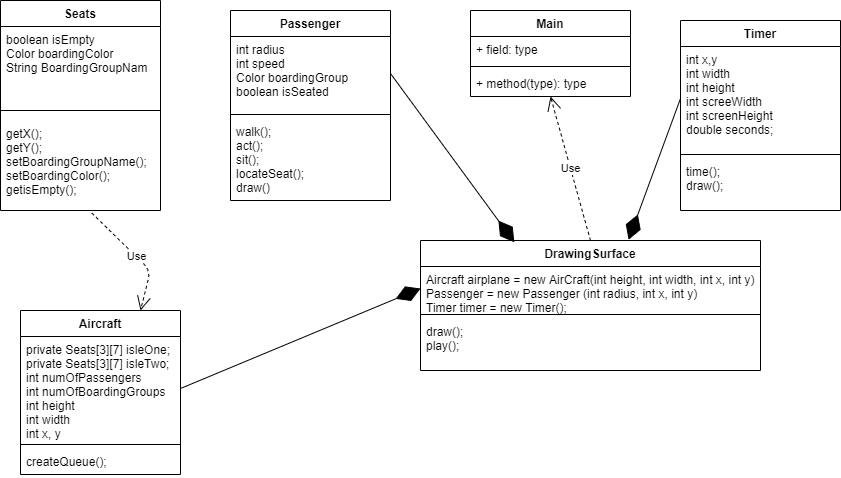
The draw.io diagram Passenger Plane boarding simulation.png in HHSAPCompSci2020/capstone-project-16th-airplane-boarding-group, before a commit. Source tidied: cells renumbered, new cells last; positions are measured from the earlier drawing's top-left corner, leaving out a move shared by most shapes. Source of this version:
```xml
<mxGraphModel>
  <root>
    <mxCell id="0" />
    <mxCell id="1" parent="0" />
    <mxCell id="2" value="Seats" style="swimlane;fontStyle=1;align=center;verticalAlign=top;horizontal=1;startSize=26;" parent="1" vertex="1">
      <mxGeometry width="160" height="210" as="geometry" />
    </mxCell>
    <mxCell id="3" value="boolean isEmpty&#10;Color boardingColor&#10;String BoardingGroupNam&#10;" style="text;strokeColor=none;fillColor=none;align=left;verticalAlign=top;spacingLeft=4;spacingRight=4;overflow=hidden;" parent="2" vertex="1">
      <mxGeometry y="26" width="160" height="74" as="geometry" />
    </mxCell>
    <mxCell id="4" style="line;strokeWidth=1;fillColor=none;align=left;verticalAlign=middle;spacingTop=-1;spacingLeft=3;spacingRight=3;labelPosition=right;" parent="2" vertex="1">
      <mxGeometry y="100" width="160" height="20" as="geometry" />
    </mxCell>
    <mxCell id="5" value="getX();&#10;getY();&#10;setBoardingGroupName();&#10;setBoardingColor();&#10;getisEmpty();" style="text;strokeColor=none;fillColor=none;align=left;verticalAlign=top;spacingLeft=4;spacingRight=4;overflow=hidden;points=[[0,0.5],[1,0.5]];portConstraint=eastwest;" parent="2" vertex="1">
      <mxGeometry y="120" width="160" height="90" as="geometry" />
    </mxCell>
    <mxCell id="6" value="Main" style="swimlane;fontStyle=1;align=center;verticalAlign=top;horizontal=1;startSize=26;" parent="1" vertex="1">
      <mxGeometry x="470" y="10" width="160" height="86" as="geometry" />
    </mxCell>
    <mxCell id="7" value="+ field: type" style="text;strokeColor=none;fillColor=none;align=left;verticalAlign=top;spacingLeft=4;spacingRight=4;overflow=hidden;" parent="6" vertex="1">
      <mxGeometry y="26" width="160" height="26" as="geometry" />
    </mxCell>
    <mxCell id="8" style="line;strokeWidth=1;fillColor=none;align=left;verticalAlign=middle;spacingTop=-1;spacingLeft=3;spacingRight=3;labelPosition=right;" parent="6" vertex="1">
      <mxGeometry y="52" width="160" height="8" as="geometry" />
    </mxCell>
    <mxCell id="9" value="+ method(type): type" style="text;strokeColor=none;fillColor=none;align=left;verticalAlign=top;spacingLeft=4;spacingRight=4;overflow=hidden;" parent="6" vertex="1">
      <mxGeometry y="60" width="160" height="26" as="geometry" />
    </mxCell>
    <mxCell id="10" value="DrawingSurface" style="swimlane;fontStyle=1;align=center;verticalAlign=top;horizontal=1;startSize=26;" parent="1" vertex="1">
      <mxGeometry x="420" y="240" width="340" height="130" as="geometry" />
    </mxCell>
    <mxCell id="11" value="Aircraft airplane = new AirCraft(int height, int width, int x, int y)&#10;Passenger = new Passenger (int radius, int x, int y)&#10;Timer timer = new Timer();" style="text;strokeColor=none;fillColor=none;align=left;verticalAlign=top;spacingLeft=4;spacingRight=4;overflow=hidden;points=[[0,0.5],[1,0.5]];portConstraint=eastwest;" parent="10" vertex="1">
      <mxGeometry y="26" width="340" height="44" as="geometry" />
    </mxCell>
    <mxCell id="12" style="line;strokeWidth=1;fillColor=none;align=left;verticalAlign=middle;spacingTop=-1;spacingLeft=3;spacingRight=3;labelPosition=right;" parent="10" vertex="1">
      <mxGeometry y="70" width="340" height="8" as="geometry" />
    </mxCell>
    <mxCell id="13" value="draw();&#10;play();" style="text;strokeColor=none;fillColor=none;align=left;verticalAlign=top;spacingLeft=4;spacingRight=4;overflow=hidden;points=[[0,0.5],[1,0.5]];portConstraint=eastwest;" parent="10" vertex="1">
      <mxGeometry y="78" width="340" height="52" as="geometry" />
    </mxCell>
    <mxCell id="14" value="Passenger" style="swimlane;fontStyle=1;align=center;verticalAlign=top;horizontal=1;startSize=26;" parent="1" vertex="1">
      <mxGeometry x="230" y="10" width="160" height="190" as="geometry" />
    </mxCell>
    <mxCell id="15" value="int radius&#10;int speed&#10;Color boardingGroup&#10;boolean isSeated&#10;" style="text;strokeColor=none;fillColor=none;align=left;verticalAlign=top;spacingLeft=4;spacingRight=4;overflow=hidden;points=[[0,0.5],[1,0.5]];portConstraint=eastwest;" parent="14" vertex="1">
      <mxGeometry y="26" width="160" height="74" as="geometry" />
    </mxCell>
    <mxCell id="16" style="line;strokeWidth=1;fillColor=none;align=left;verticalAlign=middle;spacingTop=-1;spacingLeft=3;spacingRight=3;labelPosition=right;" parent="14" vertex="1">
      <mxGeometry y="100" width="160" height="8" as="geometry" />
    </mxCell>
    <mxCell id="17" value="walk();&#10;act();&#10;sit();&#10;locateSeat();&#10;draw()" style="text;strokeColor=none;fillColor=none;align=left;verticalAlign=top;spacingLeft=4;spacingRight=4;overflow=hidden;points=[[0,0.5],[1,0.5]];portConstraint=eastwest;" parent="14" vertex="1">
      <mxGeometry y="108" width="160" height="82" as="geometry" />
    </mxCell>
    <mxCell id="18" value="Aircraft" style="swimlane;fontStyle=1;align=center;verticalAlign=top;horizontal=1;startSize=26;" parent="1" vertex="1">
      <mxGeometry x="20" y="310" width="160" height="164" as="geometry" />
    </mxCell>
    <mxCell id="19" value="private Seats[3][7] isleOne;&#10;private Seats[3][7] isleTwo;&#10;int numOfPassengers&#10;int numOfBoardingGroups&#10;int height&#10;int width&#10;int x, y&#10;" style="text;strokeColor=none;fillColor=none;align=left;verticalAlign=top;spacingLeft=4;spacingRight=4;overflow=hidden;points=[[0,0.5],[1,0.5]];portConstraint=eastwest;" parent="18" vertex="1">
      <mxGeometry y="26" width="160" height="104" as="geometry" />
    </mxCell>
    <mxCell id="20" style="line;strokeWidth=1;fillColor=none;align=left;verticalAlign=middle;spacingTop=-1;spacingLeft=3;spacingRight=3;labelPosition=right;" parent="18" vertex="1">
      <mxGeometry y="130" width="160" height="8" as="geometry" />
    </mxCell>
    <mxCell id="21" value="createQueue();" style="text;strokeColor=none;fillColor=none;align=left;verticalAlign=top;spacingLeft=4;spacingRight=4;overflow=hidden;" parent="18" vertex="1">
      <mxGeometry y="138" width="160" height="26" as="geometry" />
    </mxCell>
    <mxCell id="22" style="endArrow=diamondThin;endFill=1;endSize=24;html=1;entryX=0;entryY=0.5;entryDx=0;entryDy=0;exitX=1;exitY=0.5;exitDx=0;exitDy=0;" parent="1" edge="1" source="19" target="11">
      <mxGeometry relative="1" as="geometry" />
    </mxCell>
    <mxCell id="23" value="Use" style="endArrow=open;endSize=12;dashed=1;html=1;exitX=0.5;exitY=0;exitDx=0;exitDy=0;entryX=0.5;entryY=1;entryDx=0;entryDy=0;" parent="1" edge="1" source="10" target="6">
      <mxGeometry relative="1" as="geometry" />
    </mxCell>
    <mxCell id="24" value="Use" style="endArrow=open;endSize=12;dashed=1;html=1;exitX=0.571;exitY=1.029;exitDx=0;exitDy=0;exitPerimeter=0;entryX=0.75;entryY=0;entryDx=0;entryDy=0;" parent="1" edge="1" source="5" target="18">
      <mxGeometry relative="1" as="geometry">
        <Array as="points">
          <mxPoint x="150" y="270" />
        </Array>
      </mxGeometry>
    </mxCell>
    <mxCell id="25" style="endArrow=diamondThin;endFill=1;endSize=24;html=1;exitX=1;exitY=0.5;exitDx=0;exitDy=0;entryX=0.276;entryY=0.014;entryDx=0;entryDy=0;entryPerimeter=0;" parent="1" edge="1" source="15" target="10">
      <mxGeometry relative="1" as="geometry" />
    </mxCell>
    <mxCell id="26" value="Timer" style="swimlane;fontStyle=1;align=center;verticalAlign=top;horizontal=1;startSize=26;" parent="1" vertex="1">
      <mxGeometry x="680" y="20" width="160" height="190" as="geometry" />
    </mxCell>
    <mxCell id="27" value="int x,y&#10;int width&#10;int height&#10;int screeWidth&#10;int screenHeight&#10;double seconds;" style="text;strokeColor=none;fillColor=none;align=left;verticalAlign=top;spacingLeft=4;spacingRight=4;overflow=hidden;points=[[0,0.5],[1,0.5]];portConstraint=eastwest;" parent="26" vertex="1">
      <mxGeometry y="26" width="160" height="104" as="geometry" />
    </mxCell>
    <mxCell id="28" style="line;strokeWidth=1;fillColor=none;align=left;verticalAlign=middle;spacingTop=-1;spacingLeft=3;spacingRight=3;labelPosition=right;" parent="26" vertex="1">
      <mxGeometry y="130" width="160" height="8" as="geometry" />
    </mxCell>
    <mxCell id="29" value="time();&#10;draw();" style="text;strokeColor=none;fillColor=none;align=left;verticalAlign=top;spacingLeft=4;spacingRight=4;overflow=hidden;" parent="26" vertex="1">
      <mxGeometry y="138" width="160" height="52" as="geometry" />
    </mxCell>
    <mxCell id="30" style="endArrow=diamondThin;endFill=1;endSize=24;html=1;exitX=0;exitY=0.5;exitDx=0;exitDy=0;entryX=0.612;entryY=-0.006;entryDx=0;entryDy=0;entryPerimeter=0;" parent="1" edge="1" source="27" target="10">
      <mxGeometry relative="1" as="geometry" />
    </mxCell>
  </root>
</mxGraphModel>
```
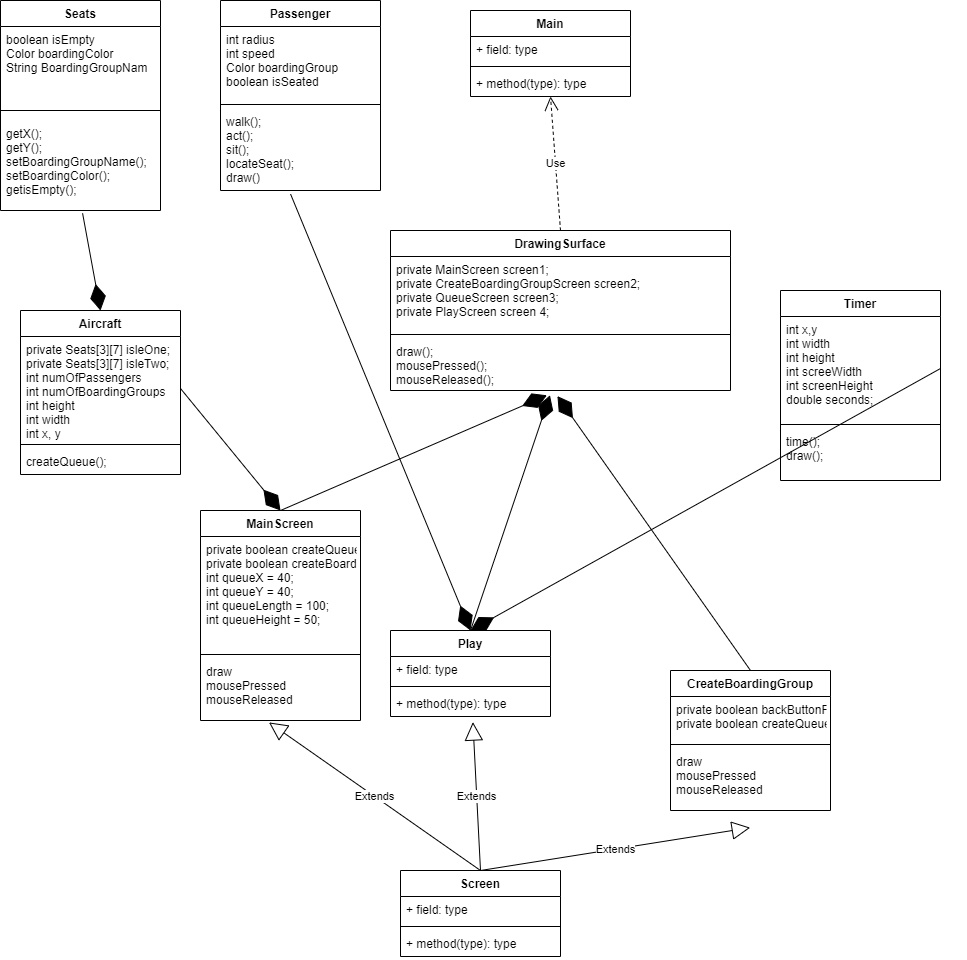
Above is the later version.

What changed in the source:
```diff
@@ -27,19 +27,19 @@
       <mxGeometry y="60" width="160" height="26" as="geometry" />
     </mxCell>
     <mxCell id="10" value="DrawingSurface" style="swimlane;fontStyle=1;align=center;verticalAlign=top;horizontal=1;startSize=26;" parent="1" vertex="1">
-      <mxGeometry x="420" y="240" width="340" height="130" as="geometry" />
+      <mxGeometry x="390" y="230" width="340" height="160" as="geometry" />
     </mxCell>
-    <mxCell id="11" value="Aircraft airplane = new AirCraft(int height, int width, int x, int y)&#10;Passenger = new Passenger (int radius, int x, int y)&#10;Timer timer = new Timer();" style="text;strokeColor=none;fillColor=none;align=left;verticalAlign=top;spacingLeft=4;spacingRight=4;overflow=hidden;points=[[0,0.5],[1,0.5]];portConstraint=eastwest;" parent="10" vertex="1">
-      <mxGeometry y="26" width="340" height="44" as="geometry" />
+    <mxCell id="11" value="private MainScreen screen1;&#10;&#9;private CreateBoardingGroupScreen screen2;&#10;&#9;private QueueScreen screen3;&#10;private PlayScreen screen 4;" style="text;strokeColor=none;fillColor=none;align=left;verticalAlign=top;spacingLeft=4;spacingRight=4;overflow=hidden;points=[[0,0.5],[1,0.5]];portConstraint=eastwest;" parent="10" vertex="1">
+      <mxGeometry y="26" width="340" height="74" as="geometry" />
     </mxCell>
     <mxCell id="12" style="line;strokeWidth=1;fillColor=none;align=left;verticalAlign=middle;spacingTop=-1;spacingLeft=3;spacingRight=3;labelPosition=right;" parent="10" vertex="1">
-      <mxGeometry y="70" width="340" height="8" as="geometry" />
+      <mxGeometry y="100" width="340" height="8" as="geometry" />
     </mxCell>
-    <mxCell id="13" value="draw();&#10;play();" style="text;strokeColor=none;fillColor=none;align=left;verticalAlign=top;spacingLeft=4;spacingRight=4;overflow=hidden;points=[[0,0.5],[1,0.5]];portConstraint=eastwest;" parent="10" vertex="1">
-      <mxGeometry y="78" width="340" height="52" as="geometry" />
+    <mxCell id="13" value="draw();&#10;mousePressed();&#10;mouseReleased();" style="text;strokeColor=none;fillColor=none;align=left;verticalAlign=top;spacingLeft=4;spacingRight=4;overflow=hidden;points=[[0,0.5],[1,0.5]];portConstraint=eastwest;" parent="10" vertex="1">
+      <mxGeometry y="108" width="340" height="52" as="geometry" />
     </mxCell>
     <mxCell id="14" value="Passenger" style="swimlane;fontStyle=1;align=center;verticalAlign=top;horizontal=1;startSize=26;" parent="1" vertex="1">
-      <mxGeometry x="230" y="10" width="160" height="190" as="geometry" />
+      <mxGeometry x="220" width="160" height="190" as="geometry" />
     </mxCell>
     <mxCell id="15" value="int radius&#10;int speed&#10;Color boardingGroup&#10;boolean isSeated&#10;" style="text;strokeColor=none;fillColor=none;align=left;verticalAlign=top;spacingLeft=4;spacingRight=4;overflow=hidden;points=[[0,0.5],[1,0.5]];portConstraint=eastwest;" parent="14" vertex="1">
       <mxGeometry y="26" width="160" height="74" as="geometry" />
@@ -62,24 +62,11 @@
     <mxCell id="21" value="createQueue();" style="text;strokeColor=none;fillColor=none;align=left;verticalAlign=top;spacingLeft=4;spacingRight=4;overflow=hidden;" parent="18" vertex="1">
       <mxGeometry y="138" width="160" height="26" as="geometry" />
     </mxCell>
-    <mxCell id="22" style="endArrow=diamondThin;endFill=1;endSize=24;html=1;entryX=0;entryY=0.5;entryDx=0;entryDy=0;exitX=1;exitY=0.5;exitDx=0;exitDy=0;" parent="1" edge="1" source="19" target="11">
-      <mxGeometry relative="1" as="geometry" />
-    </mxCell>
     <mxCell id="23" value="Use" style="endArrow=open;endSize=12;dashed=1;html=1;exitX=0.5;exitY=0;exitDx=0;exitDy=0;entryX=0.5;entryY=1;entryDx=0;entryDy=0;" parent="1" edge="1" source="10" target="6">
       <mxGeometry relative="1" as="geometry" />
     </mxCell>
-    <mxCell id="24" value="Use" style="endArrow=open;endSize=12;dashed=1;html=1;exitX=0.571;exitY=1.029;exitDx=0;exitDy=0;exitPerimeter=0;entryX=0.75;entryY=0;entryDx=0;entryDy=0;" parent="1" edge="1" source="5" target="18">
-      <mxGeometry relative="1" as="geometry">
-        <Array as="points">
-          <mxPoint x="150" y="270" />
-        </Array>
-      </mxGeometry>
-    </mxCell>
-    <mxCell id="25" style="endArrow=diamondThin;endFill=1;endSize=24;html=1;exitX=1;exitY=0.5;exitDx=0;exitDy=0;entryX=0.276;entryY=0.014;entryDx=0;entryDy=0;entryPerimeter=0;" parent="1" edge="1" source="15" target="10">
-      <mxGeometry relative="1" as="geometry" />
-    </mxCell>
     <mxCell id="26" value="Timer" style="swimlane;fontStyle=1;align=center;verticalAlign=top;horizontal=1;startSize=26;" parent="1" vertex="1">
-      <mxGeometry x="680" y="20" width="160" height="190" as="geometry" />
+      <mxGeometry x="780" y="290" width="160" height="190" as="geometry" />
     </mxCell>
     <mxCell id="27" value="int x,y&#10;int width&#10;int height&#10;int screeWidth&#10;int screenHeight&#10;double seconds;" style="text;strokeColor=none;fillColor=none;align=left;verticalAlign=top;spacingLeft=4;spacingRight=4;overflow=hidden;points=[[0,0.5],[1,0.5]];portConstraint=eastwest;" parent="26" vertex="1">
       <mxGeometry y="26" width="160" height="104" as="geometry" />
@@ -90,8 +77,83 @@
     <mxCell id="29" value="time();&#10;draw();" style="text;strokeColor=none;fillColor=none;align=left;verticalAlign=top;spacingLeft=4;spacingRight=4;overflow=hidden;" parent="26" vertex="1">
       <mxGeometry y="138" width="160" height="52" as="geometry" />
     </mxCell>
-    <mxCell id="30" style="endArrow=diamondThin;endFill=1;endSize=24;html=1;exitX=0;exitY=0.5;exitDx=0;exitDy=0;entryX=0.612;entryY=-0.006;entryDx=0;entryDy=0;entryPerimeter=0;" parent="1" edge="1" source="27" target="10">
-      <mxGeometry relative="1" as="geometry" />
-    </mxCell>
+    <mxCell id="31" value="Screen" style="swimlane;fontStyle=1;align=center;verticalAlign=top;horizontal=1;startSize=26;" parent="1" vertex="1">
+      <mxGeometry x="400" y="870" width="160" height="86" as="geometry" />
+    </mxCell>
+    <mxCell id="32" value="+ field: type" style="text;strokeColor=none;fillColor=none;align=left;verticalAlign=top;spacingLeft=4;spacingRight=4;overflow=hidden;" parent="31" vertex="1">
+      <mxGeometry y="26" width="160" height="26" as="geometry" />
+    </mxCell>
+    <mxCell id="33" style="line;strokeWidth=1;fillColor=none;align=left;verticalAlign=middle;spacingTop=-1;spacingLeft=3;spacingRight=3;labelPosition=right;" parent="31" vertex="1">
+      <mxGeometry y="52" width="160" height="8" as="geometry" />
+    </mxCell>
+    <mxCell id="34" value="+ method(type): type" style="text;strokeColor=none;fillColor=none;align=left;verticalAlign=top;spacingLeft=4;spacingRight=4;overflow=hidden;" parent="31" vertex="1">
+      <mxGeometry y="60" width="160" height="26" as="geometry" />
+    </mxCell>
+    <mxCell id="35" value="MainScreen" style="swimlane;fontStyle=1;align=center;verticalAlign=top;horizontal=1;startSize=26;" parent="1" vertex="1">
+      <mxGeometry x="200" y="510" width="160" height="210" as="geometry" />
+    </mxCell>
+    <mxCell id="36" value="private boolean createQueueButtonPressed;&#10;&#9;private boolean createBoardingGroup;&#10;&#9;int queueX = 40;&#10;&#9;int queueY = 40;&#10;&#9;int queueLength = 100;&#10;&#9;int queueHeight = 50;" style="text;strokeColor=none;fillColor=none;align=left;verticalAlign=top;spacingLeft=4;spacingRight=4;overflow=hidden;" parent="35" vertex="1">
+      <mxGeometry y="26" width="160" height="114" as="geometry" />
+    </mxCell>
+    <mxCell id="37" style="line;strokeWidth=1;fillColor=none;align=left;verticalAlign=middle;spacingTop=-1;spacingLeft=3;spacingRight=3;labelPosition=right;" parent="35" vertex="1">
+      <mxGeometry y="140" width="160" height="8" as="geometry" />
+    </mxCell>
+    <mxCell id="38" value="draw&#10;mousePressed&#10;mouseReleased" style="text;strokeColor=none;fillColor=none;align=left;verticalAlign=top;spacingLeft=4;spacingRight=4;overflow=hidden;points=[[0,0.5],[1,0.5]];portConstraint=eastwest;" parent="35" vertex="1">
+      <mxGeometry y="148" width="160" height="62" as="geometry" />
+    </mxCell>
+    <mxCell id="39" value="Play" style="swimlane;fontStyle=1;align=center;verticalAlign=top;horizontal=1;startSize=26;" parent="1" vertex="1">
+      <mxGeometry x="390" y="630" width="160" height="86" as="geometry" />
+    </mxCell>
+    <mxCell id="40" value="+ field: type" style="text;strokeColor=none;fillColor=none;align=left;verticalAlign=top;spacingLeft=4;spacingRight=4;overflow=hidden;" parent="39" vertex="1">
+      <mxGeometry y="26" width="160" height="26" as="geometry" />
+    </mxCell>
+    <mxCell id="41" style="line;strokeWidth=1;fillColor=none;align=left;verticalAlign=middle;spacingTop=-1;spacingLeft=3;spacingRight=3;labelPosition=right;" parent="39" vertex="1">
+      <mxGeometry y="52" width="160" height="8" as="geometry" />
+    </mxCell>
+    <mxCell id="42" value="+ method(type): type" style="text;strokeColor=none;fillColor=none;align=left;verticalAlign=top;spacingLeft=4;spacingRight=4;overflow=hidden;points=[[0,0.5],[1,0.5]];portConstraint=eastwest;" parent="39" vertex="1">
+      <mxGeometry y="60" width="160" height="26" as="geometry" />
+    </mxCell>
+    <mxCell id="43" value="CreateBoardingGroup" style="swimlane;fontStyle=1;align=center;verticalAlign=top;horizontal=1;startSize=26;" parent="1" vertex="1">
+      <mxGeometry x="670" y="670" width="160" height="140" as="geometry" />
+    </mxCell>
+    <mxCell id="44" value="private boolean backButtonPressed;&#10;&#9;private boolean createQueueButtonPressed;" style="text;strokeColor=none;fillColor=none;align=left;verticalAlign=top;spacingLeft=4;spacingRight=4;overflow=hidden;" parent="43" vertex="1">
+      <mxGeometry y="26" width="160" height="44" as="geometry" />
+    </mxCell>
+    <mxCell id="45" style="line;strokeWidth=1;fillColor=none;align=left;verticalAlign=middle;spacingTop=-1;spacingLeft=3;spacingRight=3;labelPosition=right;" parent="43" vertex="1">
+      <mxGeometry y="70" width="160" height="8" as="geometry" />
+    </mxCell>
+    <mxCell id="46" value="draw&#10;mousePressed&#10;mouseReleased" style="text;strokeColor=none;fillColor=none;align=left;verticalAlign=top;spacingLeft=4;spacingRight=4;overflow=hidden;points=[[0,0.5],[1,0.5]];portConstraint=eastwest;" parent="43" vertex="1">
+      <mxGeometry y="78" width="160" height="62" as="geometry" />
+    </mxCell>
+    <mxCell id="47" value="Extends" style="endArrow=block;endSize=16;endFill=0;html=1;exitX=0.5;exitY=0;exitDx=0;exitDy=0;entryX=0.428;entryY=1.031;entryDx=0;entryDy=0;entryPerimeter=0;" parent="1" edge="1" source="31" target="38">
+      <mxGeometry relative="1" as="geometry" />
+    </mxCell>
+    <mxCell id="48" value="Extends" style="endArrow=block;endSize=16;endFill=0;html=1;exitX=0.5;exitY=0;exitDx=0;exitDy=0;entryX=0.498;entryY=1.277;entryDx=0;entryDy=0;entryPerimeter=0;" parent="1" edge="1" source="31" target="46">
+      <mxGeometry relative="1" as="geometry" />
+    </mxCell>
+    <mxCell id="49" value="Extends" style="endArrow=block;endSize=16;endFill=0;html=1;exitX=0.5;exitY=0;exitDx=0;exitDy=0;entryX=0.515;entryY=1.215;entryDx=0;entryDy=0;entryPerimeter=0;" parent="1" edge="1" source="31" target="42">
+      <mxGeometry relative="1" as="geometry" />
+    </mxCell>
+    <mxCell id="50" style="endArrow=diamondThin;endFill=1;endSize=24;html=1;entryX=0.5;entryY=0;entryDx=0;entryDy=0;exitX=1;exitY=0.5;exitDx=0;exitDy=0;" parent="1" edge="1" source="19" target="35">
+      <mxGeometry relative="1" as="geometry" />
+    </mxCell>
+    <mxCell id="51" style="endArrow=diamondThin;endFill=1;endSize=24;html=1;exitX=0.5;exitY=0;exitDx=0;exitDy=0;entryX=0.491;entryY=1.108;entryDx=0;entryDy=0;entryPerimeter=0;" parent="1" edge="1" source="43" target="13">
+      <mxGeometry relative="1" as="geometry" />
+    </mxCell>
+    <mxCell id="52" style="endArrow=diamondThin;endFill=1;endSize=24;html=1;exitX=0.5;exitY=0;exitDx=0;exitDy=0;entryX=0.469;entryY=1.092;entryDx=0;entryDy=0;entryPerimeter=0;" parent="1" edge="1" source="39" target="13">
+      <mxGeometry relative="1" as="geometry" />
+    </mxCell>
+    <mxCell id="53" style="endArrow=diamondThin;endFill=1;endSize=24;html=1;exitX=0.5;exitY=0;exitDx=0;exitDy=0;entryX=0.46;entryY=1.092;entryDx=0;entryDy=0;entryPerimeter=0;" parent="1" edge="1" source="35" target="13">
+      <mxGeometry relative="1" as="geometry" />
+    </mxCell>
+    <mxCell id="54" style="endArrow=diamondThin;endFill=1;endSize=24;html=1;exitX=1;exitY=0.5;exitDx=0;exitDy=0;entryX=0.5;entryY=0;entryDx=0;entryDy=0;" parent="1" edge="1" source="27" target="39">
+      <mxGeometry relative="1" as="geometry" />
+    </mxCell>
+    <mxCell id="55" style="endArrow=diamondThin;endFill=1;endSize=24;html=1;exitX=0.438;exitY=1.044;exitDx=0;exitDy=0;exitPerimeter=0;entryX=0.5;entryY=0;entryDx=0;entryDy=0;" parent="1" edge="1" source="17" target="39">
+      <mxGeometry relative="1" as="geometry" />
+    </mxCell>
+    <mxCell id="24" style="endArrow=diamondThin;endFill=1;endSize=24;html=1;exitX=0.513;exitY=1.031;exitDx=0;exitDy=0;exitPerimeter=0;entryX=0.5;entryY=0;entryDx=0;entryDy=0;" parent="1" edge="1" source="5" target="18">
+      <mxGeometry relative="1" as="geometry" />
+    </mxCell>
   </root>
 </mxGraphModel>
```
